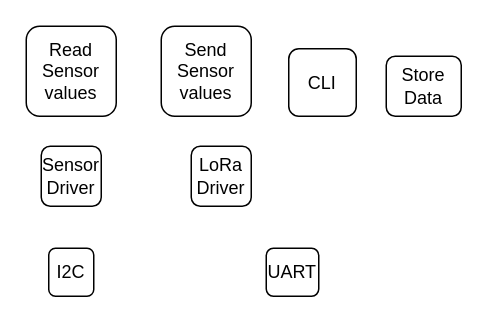
The draw.io diagram week_6/img/layeredBlockDiagram.drawio in raynayx/OrangeStars, before the edit. Source tidied: cells renumbered, new cells numbered last; positions are measured from the earlier drawing's top-left corner, leaving out a move shared by most shapes. Both pictures are drawn from the tidied source at 150%, with x=0, y=0 at pixel (26, 26).
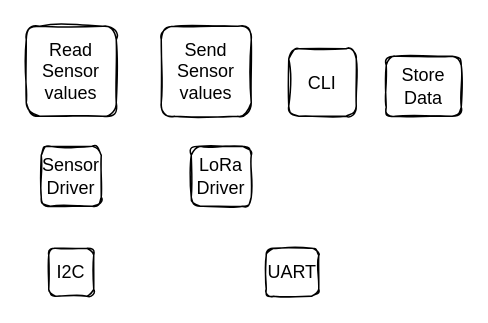
After the change.

Diff of the diagram source:
```diff
@@
 <mxGraphModel>
   <root>
     <mxCell id="0" />
     <mxCell id="1" parent="0" />
-    <mxCell id="2" value="Read Sensor values" style="rounded=1;whiteSpace=wrap;html=1;" parent="1" vertex="1">
+    <mxCell id="2" value="Read Sensor values" style="rounded=1;whiteSpace=wrap;html=1;sketch=1;" parent="1" vertex="1">
       <mxGeometry width="60" height="60" as="geometry" />
     </mxCell>
-    <mxCell id="3" value="Sensor Driver" style="rounded=1;whiteSpace=wrap;html=1;" parent="1" vertex="1">
+    <mxCell id="3" value="Sensor Driver" style="rounded=1;whiteSpace=wrap;html=1;sketch=1;" parent="1" vertex="1">
       <mxGeometry x="10" y="80" width="40" height="40" as="geometry" />
     </mxCell>
-    <mxCell id="4" value="I2C" style="rounded=1;whiteSpace=wrap;html=1;" parent="1" vertex="1">
+    <mxCell id="4" value="I2C" style="rounded=1;whiteSpace=wrap;html=1;sketch=1;" parent="1" vertex="1">
       <mxGeometry x="15" y="148" width="30" height="32" as="geometry" />
     </mxCell>
-    <mxCell id="5" value="Send Sensor values" style="rounded=1;whiteSpace=wrap;html=1;" parent="1" vertex="1">
+    <mxCell id="5" value="Send Sensor values" style="rounded=1;whiteSpace=wrap;html=1;sketch=1;" parent="1" vertex="1">
       <mxGeometry x="90" width="60" height="60" as="geometry" />
     </mxCell>
-    <mxCell id="6" value="LoRa&lt;br&gt;Driver" style="rounded=1;whiteSpace=wrap;html=1;" parent="1" vertex="1">
+    <mxCell id="6" value="LoRa&lt;br&gt;Driver" style="rounded=1;whiteSpace=wrap;html=1;sketch=1;" parent="1" vertex="1">
       <mxGeometry x="110" y="80" width="40" height="40" as="geometry" />
     </mxCell>
-    <mxCell id="7" value="UART" style="rounded=1;whiteSpace=wrap;html=1;" parent="1" vertex="1">
+    <mxCell id="7" value="UART" style="rounded=1;whiteSpace=wrap;html=1;sketch=1;" parent="1" vertex="1">
       <mxGeometry x="160" y="148" width="35" height="32" as="geometry" />
     </mxCell>
-    <mxCell id="8" value="CLI" style="rounded=1;whiteSpace=wrap;html=1;" parent="1" vertex="1">
+    <mxCell id="8" value="CLI" style="rounded=1;whiteSpace=wrap;html=1;sketch=1;" parent="1" vertex="1">
       <mxGeometry x="175" y="15" width="45" height="45" as="geometry" />
     </mxCell>
-    <mxCell id="9" value="Store Data" style="rounded=1;whiteSpace=wrap;html=1;" parent="1" vertex="1">
+    <mxCell id="9" value="Store Data" style="rounded=1;whiteSpace=wrap;html=1;sketch=1;" parent="1" vertex="1">
       <mxGeometry x="240" y="20" width="50" height="40" as="geometry" />
     </mxCell>
   </root>
 </mxGraphModel>
```
